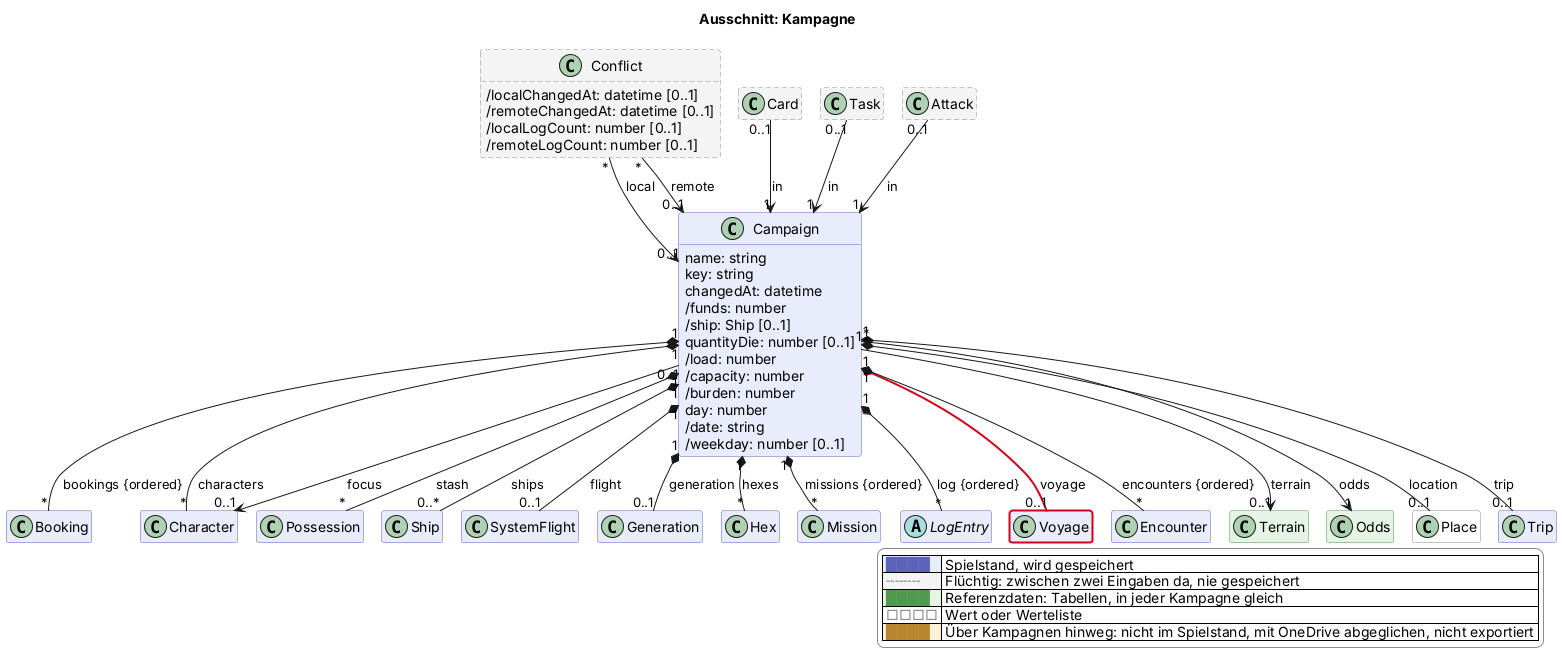
Earlier version of the PlantUML export docs/views/kampagne.png (scuzzar/SRE).
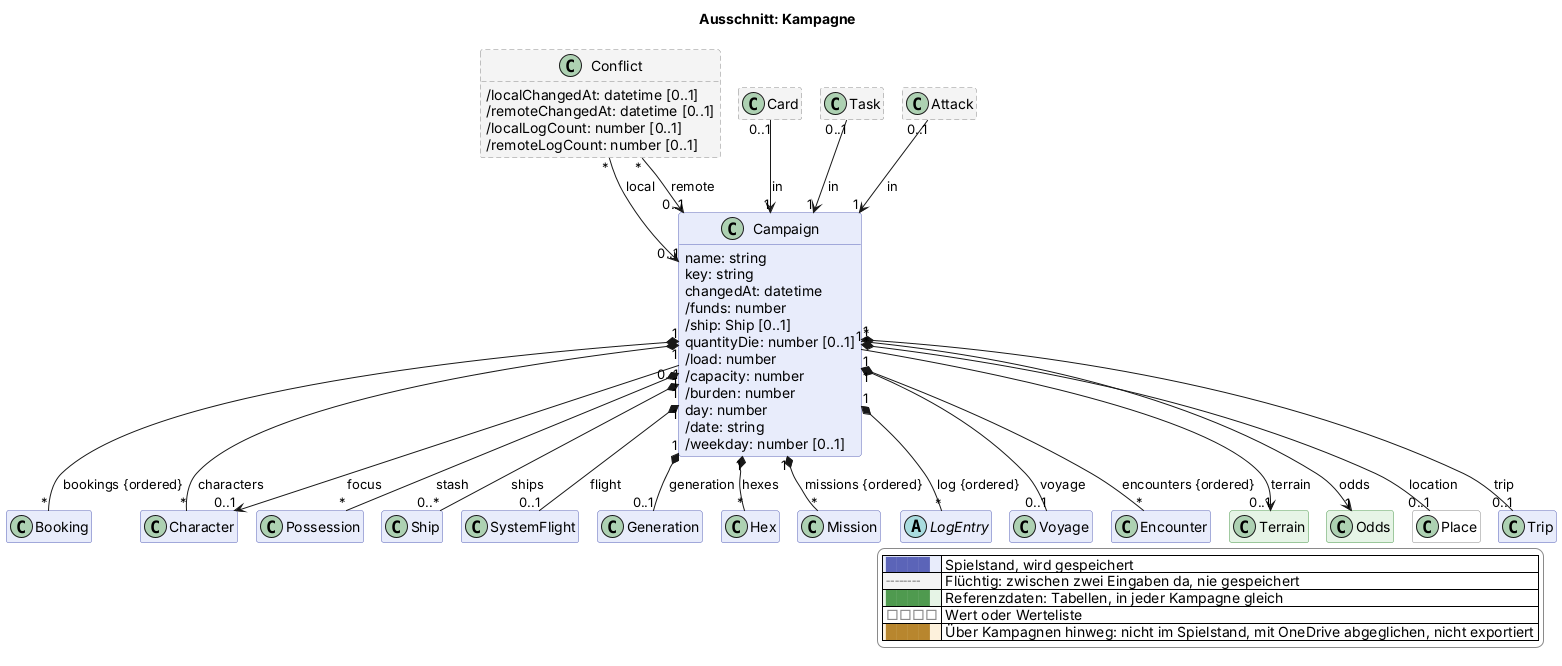
Later version of the same file.

Commit message:
Freigabe: Reise Tag für Tag (2026-11-22c); ein Tag in der Reihe des Logs

The edit, as a diff of the source:
```diff
@@ -99,7 +99,7 @@
 
   abstract class LogEntry $probe
 
-  class Voyage $reise $newClass("2026-11-22c")
+  class Voyage $reise
 
   class Conflict <<transient>> $kampagne {
     /localChangedAt: datetime [0..1]
@@ -130,7 +130,7 @@
 
 Campaign "1" *-- "0..1" SystemFlight : flight
 
-Campaign "1" *-$newArrow("2026-11-22c")- "0..1" Voyage : voyage
+Campaign "1" *-- "0..1" Voyage : voyage
 
 Campaign "1" *-- "0..1" Generation : generation
 Campaign "1" *-- "*" Mission : missions {ordered}
```
